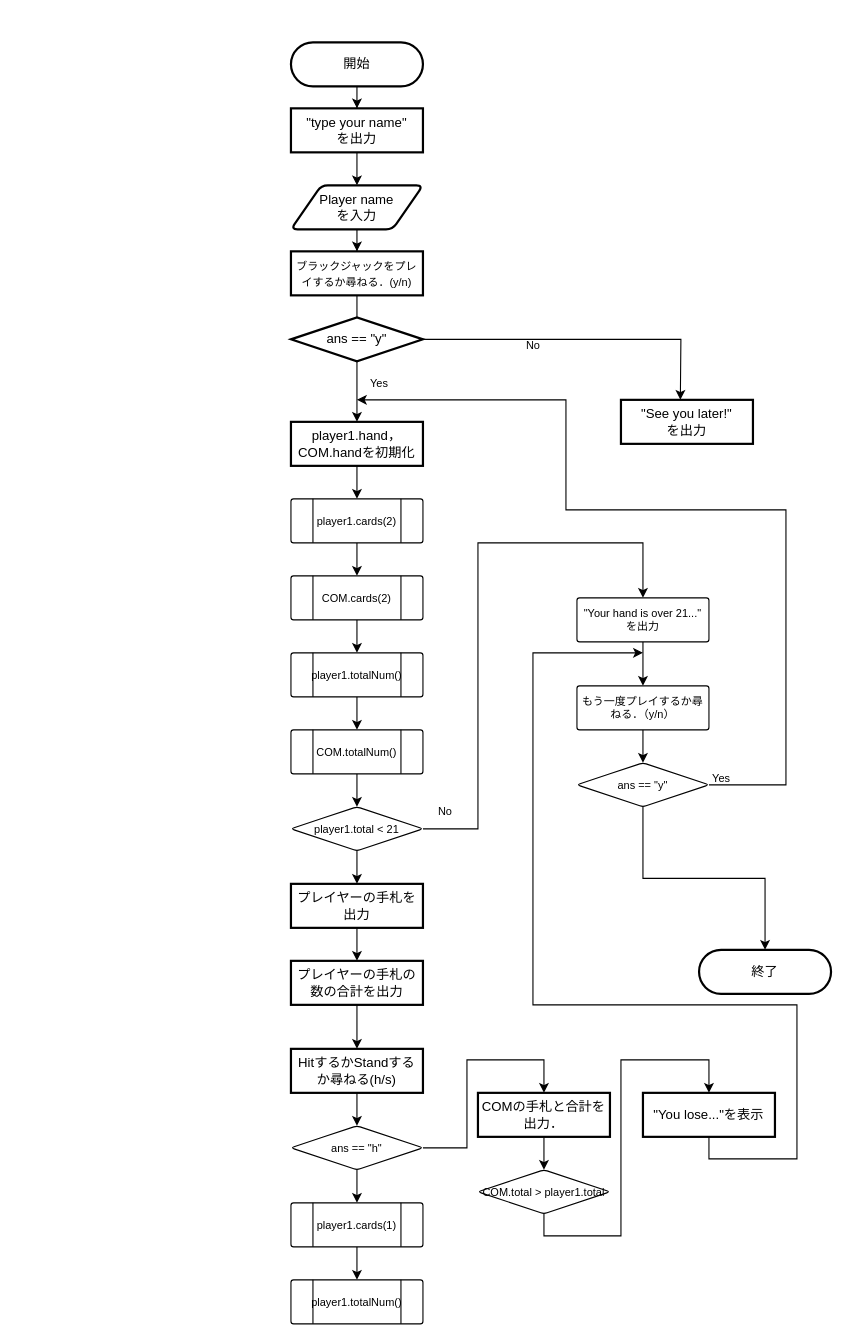
Harry1226/Balck-jack keeps this draw.io diagram as 名称未設定ファイル.drawio. Above is the earlier version. Source tidied: cells renumbered, new cells numbered last; positions are measured from the earlier drawing's top-left corner, leaving out a move shared by most shapes. Both pictures are drawn from the tidied source at 110%, with x=0, y=0 at pixel (290, 42).
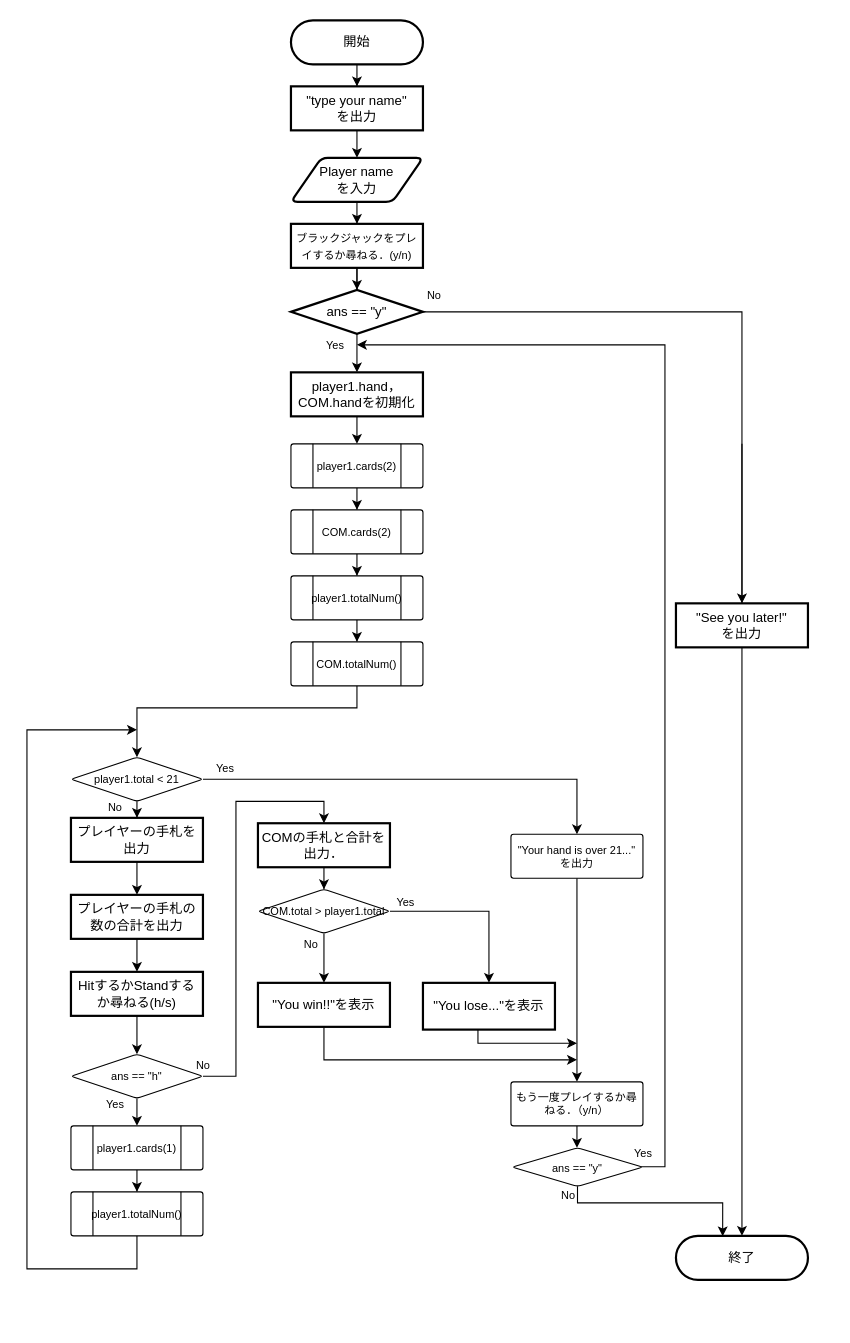
Above is the later version.

Commit message:
フローチャート.drawio

Diff of the diagram source:
```diff
@@
     <mxCell id="3" value="Player name &lt;br&gt;を入力" style="shape=parallelogram;html=1;strokeWidth=2;perimeter=parallelogramPerimeter;whiteSpace=wrap;rounded=1;arcSize=12;size=0.23;" parent="1" vertex="1">
-      <mxGeometry y="130" width="120" height="40" as="geometry" />
+      <mxGeometry y="105" width="120" height="40" as="geometry" />
     </mxCell>
@@
     <mxCell id="5" value="開始" style="rounded=1;whiteSpace=wrap;html=1;absoluteArcSize=1;arcSize=100;strokeWidth=2;" parent="1" vertex="1">
-      <mxGeometry width="120" height="40" as="geometry" />
+      <mxGeometry y="-20" width="120" height="40" as="geometry" />
     </mxCell>
@@
     <mxCell id="7" value="&quot;type your name&quot;&lt;br&gt;を出力" style="rounded=1;whiteSpace=wrap;html=1;absoluteArcSize=1;arcSize=0;strokeWidth=2;" parent="1" vertex="1">
-      <mxGeometry y="60" width="120" height="40" as="geometry" />
+      <mxGeometry y="40" width="120" height="40" as="geometry" />
     </mxCell>
-    <mxCell id="8" style="edgeStyle=orthogonalEdgeStyle;rounded=0;jettySize=auto;html=1;fontSize=8;entryX=0.5;entryY=0;entryDx=0;entryDy=0;" parent="1" edge="1" source="9" target="15">
+    <mxCell id="8" style="edgeStyle=orthogonalEdgeStyle;rounded=0;jettySize=auto;html=1;fontSize=8;entryX=0.5;entryY=0;entryDx=0;entryDy=0;startArrow=none;" parent="1" edge="1" source="11" target="15">
       <mxGeometry relative="1" as="geometry">
         <Array as="points">
-          <mxPoint x="60" y="245" />
-          <mxPoint x="60" y="245" />
+          <mxPoint x="60" y="225" />
+          <mxPoint x="60" y="225" />
         </Array>
       </mxGeometry>
     </mxCell>
+    <mxCell id="56" style="edgeStyle=orthogonalEdgeStyle;rounded=0;jettySize=auto;html=1;fontSize=10;" parent="1" edge="1" source="9" target="11">
+      <mxGeometry relative="1" as="geometry" />
+    </mxCell>
     <mxCell id="9" value="&lt;font style=&quot;font-size: 10px;&quot;&gt;ブラックジャックをプレイするか尋ねる．(y/n)&lt;/font&gt;" style="rounded=1;whiteSpace=wrap;html=1;absoluteArcSize=1;arcSize=0;strokeWidth=2;" parent="1" vertex="1">
-      <mxGeometry y="190" width="120" height="40" as="geometry" />
+      <mxGeometry y="165" width="120" height="40" as="geometry" />
     </mxCell>
-    <mxCell id="10" style="edgeStyle=orthogonalEdgeStyle;rounded=0;jettySize=auto;html=1;fontSize=8;" parent="1" edge="1" source="11">
-      <mxGeometry relative="1" as="geometry">
-        <mxPoint x="354" y="325" as="targetPoint" />
-      </mxGeometry>
-    </mxCell>
-    <mxCell id="11" value="ans == &quot;y&quot;" style="rhombus;whiteSpace=wrap;html=1;rounded=1;arcSize=0;strokeWidth=2;" parent="1" vertex="1">
-      <mxGeometry y="250" width="120" height="40" as="geometry" />
-    </mxCell>
+    <mxCell id="57" style="edgeStyle=orthogonalEdgeStyle;rounded=0;jettySize=auto;html=1;fontSize=10;" parent="1" edge="1" source="12" target="39">
+      <mxGeometry relative="1" as="geometry">
+        <Array as="points">
+          <mxPoint x="410" y="365" />
+          <mxPoint x="410" y="365" />
+        </Array>
+      </mxGeometry>
+    </mxCell>
     <mxCell id="12" value="&quot;See you later!&quot;&lt;br&gt;を出力" style="whiteSpace=wrap;html=1;rounded=1;arcSize=0;strokeWidth=2;" parent="1" vertex="1">
-      <mxGeometry x="300" y="325" width="120" height="40" as="geometry" />
+      <mxGeometry x="350" y="510" width="120" height="40" as="geometry" />
     </mxCell>
     <mxCell id="13" value="&lt;font style=&quot;font-size: 10px;&quot;&gt;No&lt;/font&gt;" style="text;html=1;align=center;verticalAlign=middle;strokeColor=none;fillColor=none;fontSize=8;" parent="1" vertex="1">
-      <mxGeometry x="200" y="260" width="40" height="30" as="geometry" />
+      <mxGeometry x="-2" y="804.9" width="40" height="30" as="geometry" />
     </mxCell>
@@
     <mxCell id="15" value="player1.hand，COM.handを初期化" style="whiteSpace=wrap;html=1;rounded=1;arcSize=0;strokeWidth=2;" parent="1" vertex="1">
-      <mxGeometry y="345" width="120" height="40" as="geometry" />
+      <mxGeometry y="300" width="120" height="40" as="geometry" />
     </mxCell>
@@
     <mxCell id="17" value="player1.cards(2)" style="verticalLabelPosition=middle;verticalAlign=middle;html=1;shape=process;whiteSpace=wrap;rounded=1;size=0.16666666666666666;arcSize=6;fontSize=10;labelPosition=center;align=center;" parent="1" vertex="1">
-      <mxGeometry y="415" width="120" height="40" as="geometry" />
+      <mxGeometry y="365" width="120" height="40" as="geometry" />
     </mxCell>
@@
     <mxCell id="19" value="COM.cards(2)" style="verticalLabelPosition=middle;verticalAlign=middle;html=1;shape=process;whiteSpace=wrap;rounded=1;size=0.16666666666666666;arcSize=6;fontSize=10;labelPosition=center;align=center;" parent="1" vertex="1">
-      <mxGeometry y="485" width="120" height="40" as="geometry" />
+      <mxGeometry y="425" width="120" height="40" as="geometry" />
     </mxCell>
@@
     <mxCell id="21" value="player1.totalNum()" style="verticalLabelPosition=middle;verticalAlign=middle;html=1;shape=process;whiteSpace=wrap;rounded=1;size=0.16666666666666666;arcSize=6;fontSize=10;labelPosition=center;align=center;" parent="1" vertex="1">
-      <mxGeometry y="555" width="120" height="40" as="geometry" />
+      <mxGeometry y="485" width="120" height="40" as="geometry" />
     </mxCell>
-    <mxCell id="22" style="edgeStyle=orthogonalEdgeStyle;rounded=0;jettySize=auto;html=1;fontSize=10;" parent="1" edge="1" source="23" target="26">
-      <mxGeometry relative="1" as="geometry" />
+    <mxCell id="22" style="edgeStyle=orthogonalEdgeStyle;rounded=0;jettySize=auto;html=1;fontSize=10;entryX=0.5;entryY=0;entryDx=0;entryDy=0;" parent="1" edge="1" source="23" target="26">
+      <mxGeometry relative="1" as="geometry">
+        <Array as="points">
+          <mxPoint x="60" y="605" />
+          <mxPoint x="-140" y="605" />
+        </Array>
+      </mxGeometry>
     </mxCell>
     <mxCell id="23" value="COM.totalNum()" style="verticalLabelPosition=middle;verticalAlign=middle;html=1;shape=process;whiteSpace=wrap;rounded=1;size=0.16666666666666666;arcSize=6;fontSize=10;labelPosition=center;align=center;" parent="1" vertex="1">
-      <mxGeometry y="625" width="120" height="40" as="geometry" />
+      <mxGeometry y="545" width="120" height="40" as="geometry" />
     </mxCell>
+    <mxCell id="25" style="edgeStyle=orthogonalEdgeStyle;rounded=0;jettySize=auto;html=1;fontSize=10;" parent="1" edge="1" source="26" target="37">
+      <mxGeometry relative="1" as="geometry" />
+    </mxCell>
-    <mxCell id="24" style="edgeStyle=orthogonalEdgeStyle;rounded=0;jettySize=auto;html=1;fontSize=10;entryX=0.5;entryY=0;entryDx=0;entryDy=0;" parent="1" edge="1" source="26" target="28">
-      <mxGeometry relative="1" as="geometry">
-        <Array as="points">
-          <mxPoint x="170" y="715" />
-          <mxPoint x="170" y="455" />
-          <mxPoint x="320" y="455" />
-        </Array>
-      </mxGeometry>
+    <mxCell id="24" style="edgeStyle=orthogonalEdgeStyle;rounded=0;jettySize=auto;html=1;exitX=1;exitY=0.5;exitDx=0;exitDy=0;entryX=0.5;entryY=0;entryDx=0;entryDy=0;fontSize=10;" parent="1" edge="1" source="26" target="28">
+      <mxGeometry relative="1" as="geometry" />
     </mxCell>
-    <mxCell id="25" style="edgeStyle=orthogonalEdgeStyle;rounded=0;jettySize=auto;html=1;fontSize=10;" parent="1" edge="1" source="26" target="37">
-      <mxGeometry relative="1" as="geometry" />
-    </mxCell>
     <mxCell id="26" value="player1.total &amp;lt; 21" style="rhombus;whiteSpace=wrap;html=1;fontSize=10;rounded=1;arcSize=6;" parent="1" vertex="1">
-      <mxGeometry y="695" width="120" height="40" as="geometry" />
+      <mxGeometry x="-200" y="649.9" width="120" height="40" as="geometry" />
     </mxCell>
-    <mxCell id="27" style="edgeStyle=orthogonalEdgeStyle;rounded=0;jettySize=auto;html=1;fontSize=10;" parent="1" edge="1" source="28" target="30">
+    <mxCell id="27" style="edgeStyle=orthogonalEdgeStyle;rounded=0;jettySize=auto;html=1;fontSize=10;entryX=0.5;entryY=0;entryDx=0;entryDy=0;" parent="1" edge="1" source="28" target="30">
       <mxGeometry relative="1" as="geometry" />
     </mxCell>
     <mxCell id="28" value="&quot;Your hand is over 21...&quot;&lt;br&gt;を出力" style="whiteSpace=wrap;html=1;fontSize=10;rounded=1;arcSize=6;" parent="1" vertex="1">
-      <mxGeometry x="260" y="505" width="120" height="40" as="geometry" />
+      <mxGeometry x="200" y="719.9" width="120" height="40" as="geometry" />
     </mxCell>
@@
     <mxCell id="30" value="もう一度プレイするか尋ねる．（y/n）" style="whiteSpace=wrap;html=1;fontSize=10;rounded=1;arcSize=6;" parent="1" vertex="1">
-      <mxGeometry x="260" y="585" width="120" height="40" as="geometry" />
+      <mxGeometry x="200" y="945" width="120" height="40" as="geometry" />
     </mxCell>
-    <mxCell id="31" style="edgeStyle=orthogonalEdgeStyle;rounded=0;jettySize=auto;html=1;fontSize=10;" parent="1" edge="1" source="33">
-      <mxGeometry relative="1" as="geometry">
-        <mxPoint x="60" y="325" as="targetPoint" />
-        <Array as="points">
-          <mxPoint x="450" y="675" />
-          <mxPoint x="450" y="425" />
-          <mxPoint x="250" y="425" />
-          <mxPoint x="250" y="325" />
-        </Array>
-      </mxGeometry>
-    </mxCell>
+    <mxCell id="58" style="edgeStyle=orthogonalEdgeStyle;rounded=0;jettySize=auto;html=1;fontSize=10;exitX=0.897;exitY=0.489;exitDx=0;exitDy=0;exitPerimeter=0;" parent="1" edge="1" source="33">
+      <mxGeometry relative="1" as="geometry">
+        <mxPoint x="60" y="275" as="targetPoint" />
+        <Array as="points">
+          <mxPoint x="340" y="1022" />
+          <mxPoint x="340" y="275" />
+        </Array>
+      </mxGeometry>
+    </mxCell>
-    <mxCell id="32" style="edgeStyle=orthogonalEdgeStyle;rounded=0;jettySize=auto;html=1;entryX=0.5;entryY=0;entryDx=0;entryDy=0;fontSize=10;" parent="1" edge="1" source="33" target="39">
-      <mxGeometry relative="1" as="geometry" />
+    <mxCell id="32" style="edgeStyle=orthogonalEdgeStyle;rounded=0;jettySize=auto;html=1;fontSize=10;entryX=0.354;entryY=0.01;entryDx=0;entryDy=0;entryPerimeter=0;" parent="1" edge="1" source="33" target="39">
+      <mxGeometry relative="1" as="geometry">
+        <Array as="points">
+          <mxPoint x="260" y="1055" />
+          <mxPoint x="392" y="1055" />
+        </Array>
+      </mxGeometry>
     </mxCell>
     <mxCell id="33" value="ans == &quot;y&quot;" style="rhombus;whiteSpace=wrap;html=1;fontSize=10;rounded=1;arcSize=6;" parent="1" vertex="1">
-      <mxGeometry x="260" y="655" width="120" height="40" as="geometry" />
+      <mxGeometry x="201" y="1005" width="119" height="35" as="geometry" />
     </mxCell>
     <mxCell id="34" value="&lt;font style=&quot;font-size: 10px;&quot;&gt;Yes&lt;/font&gt;" style="text;html=1;align=center;verticalAlign=middle;strokeColor=none;fillColor=none;fontSize=8;" parent="1" vertex="1">
-      <mxGeometry x="60" y="295" width="40" height="30" as="geometry" />
+      <mxGeometry x="20" y="260" width="40" height="30" as="geometry" />
     </mxCell>
-    <mxCell id="35" value="&lt;font style=&quot;font-size: 10px;&quot;&gt;No&lt;/font&gt;" style="text;html=1;align=center;verticalAlign=middle;strokeColor=none;fillColor=none;fontSize=8;" parent="1" vertex="1">
-      <mxGeometry x="120" y="684" width="40" height="30" as="geometry" />
-    </mxCell>
@@
     <mxCell id="37" value="プレイヤーの手札を出力" style="whiteSpace=wrap;html=1;rounded=1;arcSize=0;strokeWidth=2;" parent="1" vertex="1">
-      <mxGeometry y="765" width="120" height="40" as="geometry" />
+      <mxGeometry x="-200" y="705" width="120" height="40" as="geometry" />
     </mxCell>
-    <mxCell id="38" value="&lt;font size=&quot;1&quot;&gt;Yes&lt;/font&gt;" style="text;html=1;align=center;verticalAlign=middle;strokeColor=none;fillColor=none;fontSize=8;" parent="1" vertex="1">
-      <mxGeometry x="371" y="654" width="40" height="30" as="geometry" />
-    </mxCell>
     <mxCell id="39" value="終了" style="rounded=1;whiteSpace=wrap;html=1;absoluteArcSize=1;arcSize=100;strokeWidth=2;" parent="1" vertex="1">
-      <mxGeometry x="371" y="825" width="120" height="40" as="geometry" />
+      <mxGeometry x="350" y="1085" width="120" height="40" as="geometry" />
     </mxCell>
@@
     <mxCell id="41" value="プレイヤーの手札の数の合計を出力" style="whiteSpace=wrap;html=1;rounded=1;arcSize=0;strokeWidth=2;" parent="1" vertex="1">
-      <mxGeometry y="835" width="120" height="40" as="geometry" />
+      <mxGeometry x="-200" y="775" width="120" height="40" as="geometry" />
     </mxCell>
+    <mxCell id="43" style="edgeStyle=orthogonalEdgeStyle;rounded=0;jettySize=auto;html=1;fontSize=10;" parent="1" edge="1" source="44" target="54">
+      <mxGeometry relative="1" as="geometry" />
+    </mxCell>
-    <mxCell id="42" style="edgeStyle=orthogonalEdgeStyle;rounded=0;jettySize=auto;html=1;exitX=1;exitY=0.5;exitDx=0;exitDy=0;fontSize=10;" parent="1" edge="1" source="44" target="48">
+    <mxCell id="42" style="edgeStyle=orthogonalEdgeStyle;rounded=0;jettySize=auto;html=1;exitX=1;exitY=0.5;exitDx=0;exitDy=0;fontSize=10;entryX=0.5;entryY=0;entryDx=0;entryDy=0;" parent="1" edge="1" source="44" target="48">
       <mxGeometry relative="1" as="geometry">
         <Array as="points">
-          <mxPoint x="160" y="1005" />
-          <mxPoint x="160" y="925" />
-          <mxPoint x="230" y="925" />
+          <mxPoint x="-50" y="940" />
+          <mxPoint x="-50" y="690" />
+          <mxPoint x="30" y="690" />
         </Array>
       </mxGeometry>
     </mxCell>
-    <mxCell id="43" style="edgeStyle=orthogonalEdgeStyle;rounded=0;jettySize=auto;html=1;fontSize=10;" parent="1" edge="1" source="44" target="54">
-      <mxGeometry relative="1" as="geometry" />
-    </mxCell>
     <mxCell id="44" value="ans == &quot;h&quot;" style="rhombus;whiteSpace=wrap;html=1;fontSize=10;rounded=1;arcSize=6;" parent="1" vertex="1">
-      <mxGeometry y="985" width="120" height="40" as="geometry" />
+      <mxGeometry x="-200" y="919.9" width="120" height="40" as="geometry" />
     </mxCell>
@@
     <mxCell id="46" value="HitするかStandするか尋ねる(h/s)" style="whiteSpace=wrap;html=1;rounded=1;arcSize=0;strokeWidth=2;" parent="1" vertex="1">
-      <mxGeometry y="915" width="120" height="40" as="geometry" />
+      <mxGeometry x="-200" y="845" width="120" height="40" as="geometry" />
     </mxCell>
@@
     <mxCell id="48" value="COMの手札と合計を出力．" style="whiteSpace=wrap;html=1;rounded=1;arcSize=0;strokeWidth=2;" parent="1" vertex="1">
-      <mxGeometry x="170" y="955" width="120" height="40" as="geometry" />
+      <mxGeometry x="-30" y="709.9" width="120" height="40" as="geometry" />
     </mxCell>
-    <mxCell id="49" style="edgeStyle=orthogonalEdgeStyle;rounded=0;jettySize=auto;html=1;fontSize=10;entryX=0.5;entryY=0;entryDx=0;entryDy=0;" parent="1" edge="1" source="50" target="52">
-      <mxGeometry relative="1" as="geometry">
-        <Array as="points">
-          <mxPoint x="230" y="1085" />
-          <mxPoint x="300" y="1085" />
-          <mxPoint x="300" y="925" />
-          <mxPoint x="380" y="925" />
-        </Array>
-      </mxGeometry>
+    <mxCell id="49" style="edgeStyle=orthogonalEdgeStyle;rounded=0;jettySize=auto;html=1;fontSize=10;" parent="1" edge="1" source="50" target="52">
+      <mxGeometry relative="1" as="geometry" />
     </mxCell>
+    <mxCell id="59" style="edgeStyle=orthogonalEdgeStyle;rounded=0;jettySize=auto;html=1;entryX=0.5;entryY=0;entryDx=0;entryDy=0;fontSize=10;entryPerimeter=0;" parent="1" edge="1" source="50" target="64">
+      <mxGeometry relative="1" as="geometry" />
+    </mxCell>
     <mxCell id="50" value="COM.total &amp;gt; player1.total" style="rhombus;whiteSpace=wrap;html=1;fontSize=10;rounded=1;arcSize=6;" parent="1" vertex="1">
-      <mxGeometry x="170" y="1025" width="120" height="40" as="geometry" />
+      <mxGeometry x="-30" y="769.9" width="120" height="40" as="geometry" />
     </mxCell>
-    <mxCell id="51" style="edgeStyle=orthogonalEdgeStyle;rounded=0;jettySize=auto;html=1;fontSize=10;" parent="1" edge="1" source="52">
-      <mxGeometry relative="1" as="geometry">
-        <mxPoint x="320" y="555" as="targetPoint" />
-        <Array as="points">
-          <mxPoint x="380" y="1015" />
-          <mxPoint x="460" y="1015" />
-          <mxPoint x="460" y="875" />
-          <mxPoint x="220" y="875" />
-          <mxPoint x="220" y="555" />
-        </Array>
-      </mxGeometry>
-    </mxCell>
+    <mxCell id="60" style="edgeStyle=orthogonalEdgeStyle;rounded=0;jettySize=auto;html=1;fontSize=10;" parent="1" edge="1" source="52">
+      <mxGeometry relative="1" as="geometry">
+        <mxPoint x="260" y="925" as="targetPoint" />
+        <Array as="points">
+          <mxPoint x="30" y="925" />
+          <mxPoint x="260" y="925" />
+        </Array>
+      </mxGeometry>
+    </mxCell>
-    <mxCell id="52" value="&quot;You lose...&quot;を表示" style="whiteSpace=wrap;html=1;rounded=1;arcSize=0;strokeWidth=2;" parent="1" vertex="1">
-      <mxGeometry x="320" y="955" width="120" height="40" as="geometry" />
+    <mxCell id="52" value="&quot;You win!!&quot;を表示" style="whiteSpace=wrap;html=1;rounded=1;arcSize=0;strokeWidth=2;" parent="1" vertex="1">
+      <mxGeometry x="-30" y="855" width="120" height="40" as="geometry" />
     </mxCell>
@@
     <mxCell id="54" value="player1.cards(1)" style="verticalLabelPosition=middle;verticalAlign=middle;html=1;shape=process;whiteSpace=wrap;rounded=1;size=0.16666666666666666;arcSize=6;fontSize=10;labelPosition=center;align=center;" parent="1" vertex="1">
-      <mxGeometry y="1055" width="120" height="40" as="geometry" />
+      <mxGeometry x="-200" y="985" width="120" height="40" as="geometry" />
     </mxCell>
+    <mxCell id="61" style="edgeStyle=orthogonalEdgeStyle;rounded=0;jettySize=auto;html=1;fontSize=10;" parent="1" edge="1" source="55">
+      <mxGeometry relative="1" as="geometry">
+        <mxPoint x="-140" y="625" as="targetPoint" />
+        <Array as="points">
+          <mxPoint x="-140" y="1115" />
+          <mxPoint x="-240" y="1115" />
+          <mxPoint x="-240" y="625" />
+        </Array>
+      </mxGeometry>
+    </mxCell>
     <mxCell id="55" value="player1.totalNum()" style="verticalLabelPosition=middle;verticalAlign=middle;html=1;shape=process;whiteSpace=wrap;rounded=1;size=0.16666666666666666;arcSize=6;fontSize=10;labelPosition=center;align=center;" parent="1" vertex="1">
-      <mxGeometry y="1125" width="120" height="40" as="geometry" />
+      <mxGeometry x="-200" y="1045" width="120" height="40" as="geometry" />
     </mxCell>
+    <mxCell id="62" value="Yes" style="text;html=1;align=center;verticalAlign=middle;strokeColor=none;fillColor=none;fontSize=10;" parent="1" vertex="1">
+      <mxGeometry x="-180" y="949.9" width="40" height="30" as="geometry" />
+    </mxCell>
+    <mxCell id="63" style="edgeStyle=orthogonalEdgeStyle;rounded=0;jettySize=auto;html=1;fontSize=10;" parent="1" edge="1" source="64">
+      <mxGeometry relative="1" as="geometry">
+        <mxPoint x="260" y="909.9" as="targetPoint" />
+        <Array as="points">
+          <mxPoint x="170" y="909.9" />
+        </Array>
+      </mxGeometry>
+    </mxCell>
+    <mxCell id="64" value="&quot;You lose...&quot;を表示" style="whiteSpace=wrap;html=1;rounded=1;arcSize=0;strokeWidth=2;" parent="1" vertex="1">
+      <mxGeometry x="120" y="855" width="120" height="42.5" as="geometry" />
+    </mxCell>
+    <mxCell id="65" style="edgeStyle=orthogonalEdgeStyle;rounded=0;jettySize=auto;html=1;exitX=1;exitY=0.5;exitDx=0;exitDy=0;entryX=0.5;entryY=0;entryDx=0;entryDy=0;fontSize=10;" parent="1" edge="1" source="11" target="12">
+      <mxGeometry relative="1" as="geometry" />
+    </mxCell>
+    <mxCell id="11" value="ans == &quot;y&quot;" style="rhombus;whiteSpace=wrap;html=1;rounded=1;arcSize=0;strokeWidth=2;" parent="1" vertex="1">
+      <mxGeometry y="225" width="120" height="40" as="geometry" />
+    </mxCell>
+    <mxCell id="66" style="edgeStyle=orthogonalEdgeStyle;rounded=0;jettySize=auto;html=1;fontSize=8;entryX=0.5;entryY=0;entryDx=0;entryDy=0;endArrow=none;" parent="1" edge="1" source="9" target="11">
+      <mxGeometry relative="1" as="geometry" />
+    </mxCell>
+    <mxCell id="67" value="&lt;font style=&quot;font-size: 10px;&quot;&gt;Yes&lt;/font&gt;" style="text;html=1;align=center;verticalAlign=middle;strokeColor=none;fillColor=none;fontSize=8;" parent="1" vertex="1">
+      <mxGeometry x="300" y="995" width="40" height="30" as="geometry" />
+    </mxCell>
+    <mxCell id="68" value="&lt;font style=&quot;font-size: 10px;&quot;&gt;Yes&lt;/font&gt;" style="text;html=1;align=center;verticalAlign=middle;strokeColor=none;fillColor=none;fontSize=8;" parent="1" vertex="1">
+      <mxGeometry x="84" y="766.9" width="40" height="30" as="geometry" />
+    </mxCell>
+    <mxCell id="69" value="&lt;font style=&quot;font-size: 10px;&quot;&gt;Yes&lt;/font&gt;" style="text;html=1;align=center;verticalAlign=middle;strokeColor=none;fillColor=none;fontSize=8;" parent="1" vertex="1">
+      <mxGeometry x="-80" y="645" width="40" height="30" as="geometry" />
+    </mxCell>
+    <mxCell id="70" value="&lt;font style=&quot;font-size: 10px;&quot;&gt;No&lt;/font&gt;" style="text;html=1;align=center;verticalAlign=middle;strokeColor=none;fillColor=none;fontSize=8;" parent="1" vertex="1">
+      <mxGeometry x="-100" y="915" width="40" height="30" as="geometry" />
+    </mxCell>
+    <mxCell id="71" value="&lt;font style=&quot;font-size: 10px;&quot;&gt;No&lt;/font&gt;" style="text;html=1;align=center;verticalAlign=middle;strokeColor=none;fillColor=none;fontSize=8;" parent="1" vertex="1">
+      <mxGeometry x="-180" y="679.9" width="40" height="30" as="geometry" />
+    </mxCell>
+    <mxCell id="72" value="&lt;font style=&quot;font-size: 10px;&quot;&gt;No&lt;/font&gt;" style="text;html=1;align=center;verticalAlign=middle;strokeColor=none;fillColor=none;fontSize=8;" parent="1" vertex="1">
+      <mxGeometry x="110" y="215" width="40" height="30" as="geometry" />
+    </mxCell>
+    <mxCell id="73" value="&lt;font style=&quot;font-size: 10px;&quot;&gt;No&lt;/font&gt;" style="text;html=1;align=center;verticalAlign=middle;strokeColor=none;fillColor=none;fontSize=8;" parent="1" vertex="1">
+      <mxGeometry x="232" y="1033" width="40" height="30" as="geometry" />
+    </mxCell>
```
